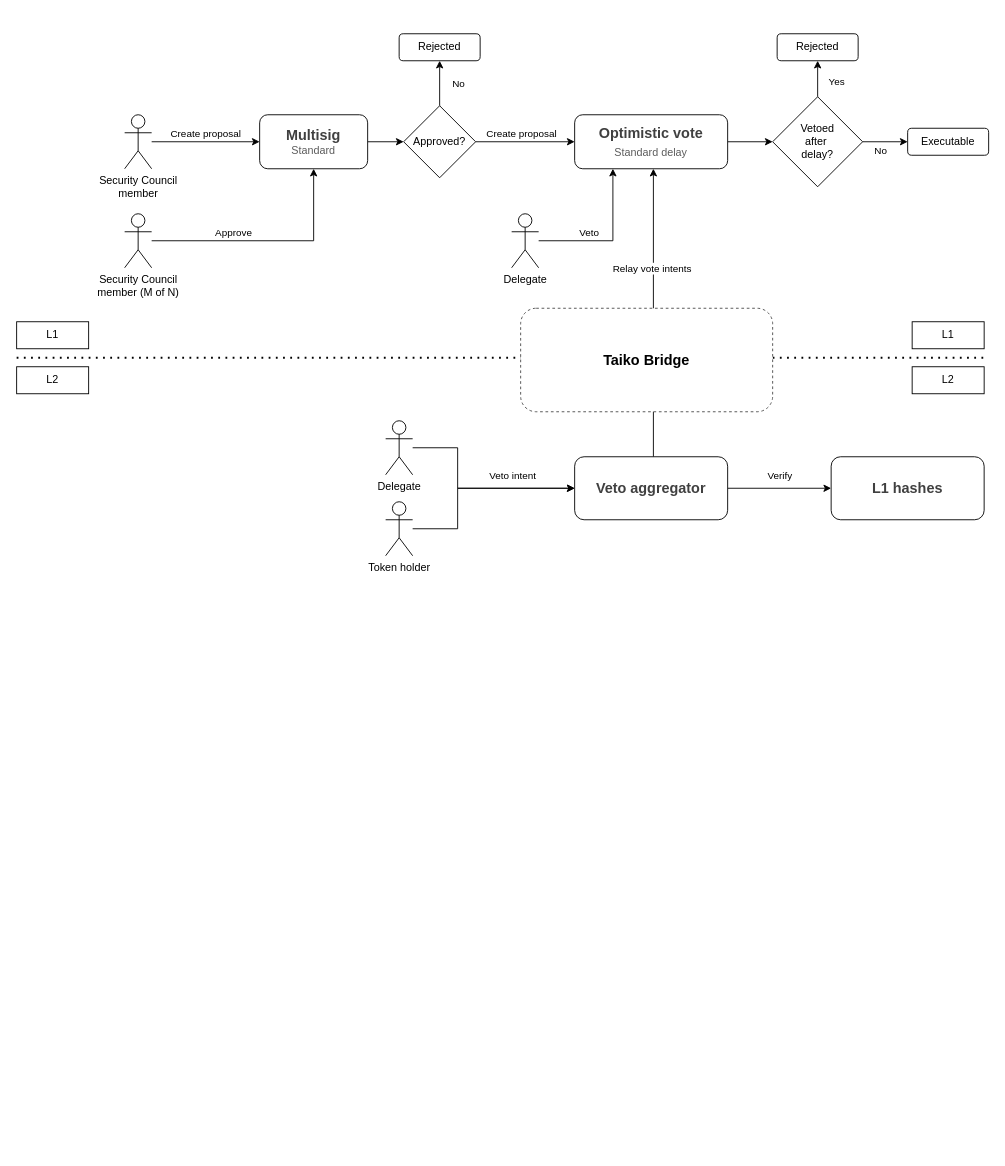
This is page "Standard proposal flow" (2 of 6) of dao-flows.drawio from aragon/taiko-contracts, a draw.io file, before an edit. Source tidied: cells renumbered, new cells numbered last; positions are measured from the earlier drawing's top-left corner, leaving out a move shared by most shapes. Both pictures are drawn from the tidied source at 90%, with x=0, y=0 at pixel (16, 33).
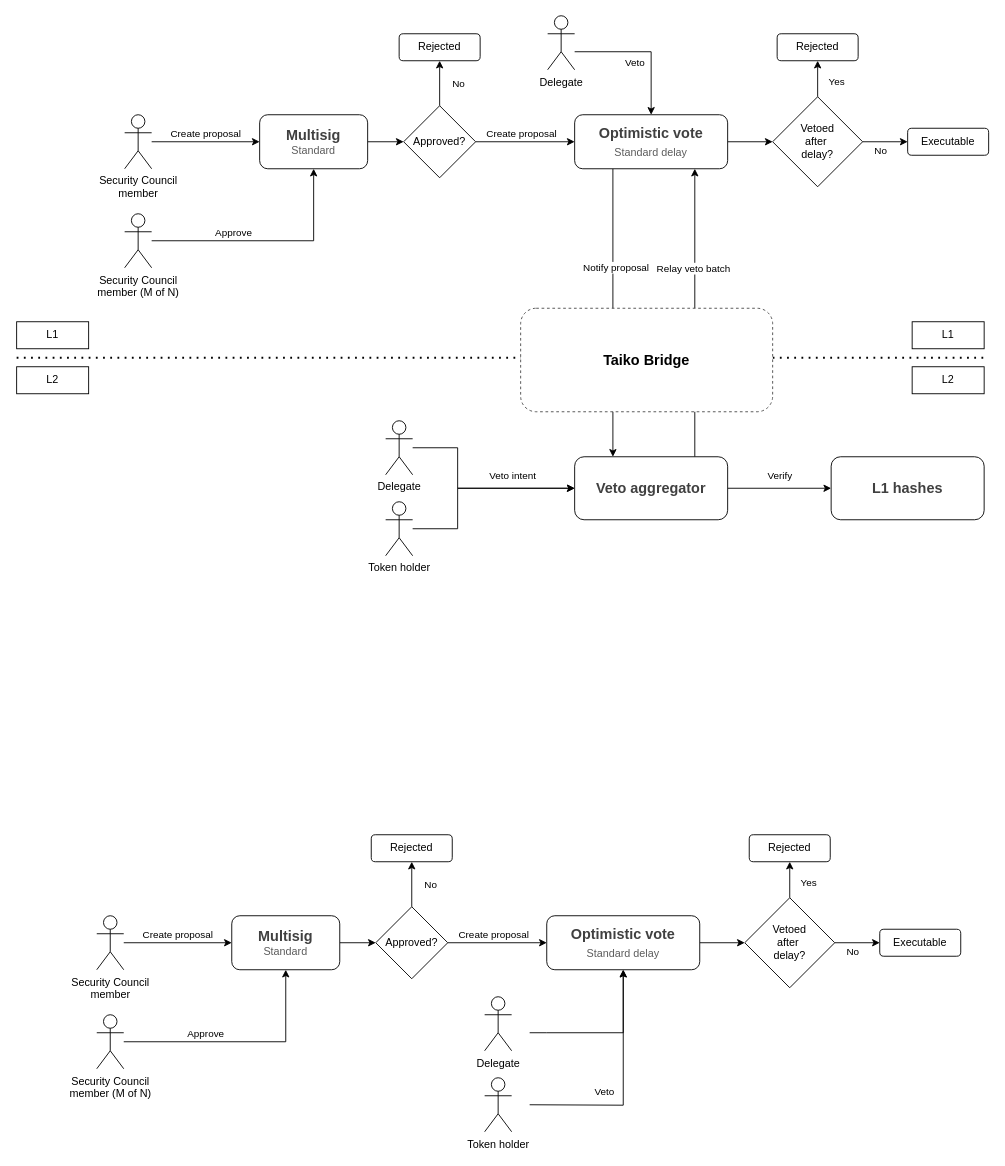
After the change.

The change refers to these unchanged cells:
```xml
<mxCell id="17" value="&lt;font size=&quot;1&quot; color=&quot;#404040&quot; style=&quot;&quot;&gt;&lt;b style=&quot;font-size: 16px;&quot;&gt;Optimistic vote&lt;br&gt;&lt;/b&gt;&lt;/font&gt;&lt;span style=&quot;color: rgb(92, 92, 92);&quot;&gt;Standard delay&lt;/span&gt;&lt;font size=&quot;1&quot; color=&quot;#404040&quot; style=&quot;&quot;&gt;&lt;b style=&quot;font-size: 16px;&quot;&gt;&lt;br&gt;&lt;/b&gt;&lt;/font&gt;" style="rounded=1;whiteSpace=wrap;html=1;" parent="1" vertex="1">
  <mxGeometry x="620" y="90" width="170" height="60" as="geometry" />
</mxCell>
<mxCell id="28" value="&lt;font size=&quot;1&quot; color=&quot;#404040&quot; style=&quot;&quot;&gt;&lt;b style=&quot;font-size: 16px;&quot;&gt;Veto aggregator&lt;/b&gt;&lt;/font&gt;" style="rounded=1;whiteSpace=wrap;html=1;" parent="1" vertex="1">
  <mxGeometry x="620" y="470" width="170" height="70" as="geometry" />
</mxCell>
```

The edit, as a diff of the source:
```diff
@@
+    <mxCell id="44" style="edgeStyle=orthogonalEdgeStyle;rounded=0;jettySize=auto;html=1;exitX=0.25;exitY=1;exitDx=0;exitDy=0;entryX=0.25;entryY=0;entryDx=0;entryDy=0;" parent="1" edge="1" source="17" target="28">
+      <mxGeometry relative="1" as="geometry" />
+    </mxCell>
+    <mxCell id="45" value="Notify proposal" style="edgeLabel;html=1;align=center;verticalAlign=middle;" parent="44" vertex="1">
+      <mxGeometry x="-0.28" y="3" relative="1" as="geometry">
+        <mxPoint y="-6" as="offset" />
+      </mxGeometry>
+    </mxCell>
@@
-    <mxCell id="21" style="edgeStyle=orthogonalEdgeStyle;rounded=0;jettySize=auto;html=1;entryX=0.25;entryY=1;entryDx=0;entryDy=0;" parent="1" edge="1" source="23" target="17">
-      <mxGeometry relative="1" as="geometry" />
+    <mxCell id="21" style="edgeStyle=orthogonalEdgeStyle;rounded=0;jettySize=auto;html=1;entryX=0.5;entryY=0;entryDx=0;entryDy=0;" parent="1" edge="1" source="23" target="17">
+      <mxGeometry relative="1" as="geometry">
+        <Array as="points">
+          <mxPoint x="705" y="20" />
+        </Array>
+      </mxGeometry>
     </mxCell>
-    <mxCell id="22" value="Veto" style="edgeLabel;html=1;align=center;verticalAlign=middle;" parent="21" vertex="1">
-      <mxGeometry x="-0.32" relative="1" as="geometry">
-        <mxPoint y="-10" as="offset" />
-      </mxGeometry>
-    </mxCell>
+    <mxCell id="46" value="Veto" style="edgeLabel;html=1;align=center;verticalAlign=middle;" parent="21" vertex="1">
+      <mxGeometry x="-0.15" y="1" relative="1" as="geometry">
+        <mxPoint y="12" as="offset" />
+      </mxGeometry>
+    </mxCell>
     <mxCell id="23" value="Delegate" style="shape=umlActor;verticalLabelPosition=bottom;verticalAlign=top;html=1;outlineConnect=0;" parent="1" vertex="1">
-      <mxGeometry x="550" y="200" width="30" height="60" as="geometry" />
+      <mxGeometry x="590" y="-20" width="30" height="60" as="geometry" />
     </mxCell>
     <mxCell id="24" style="edgeStyle=orthogonalEdgeStyle;rounded=0;orthogonalLoop=1;jettySize=auto;html=1;exitX=0.75;exitY=0;exitDx=0;exitDy=0;entryX=0.75;entryY=1;entryDx=0;entryDy=0;" parent="1" edge="1">
       <mxGeometry relative="1" as="geometry">
-        <mxPoint x="707.5" y="470" as="sourcePoint" />
-        <mxPoint x="707.5" y="150" as="targetPoint" />
+        <mxPoint x="753.5" y="470" as="sourcePoint" />
+        <mxPoint x="753.5" y="150" as="targetPoint" />
       </mxGeometry>
     </mxCell>
-    <mxCell id="25" value="Relay vote intents" style="edgeLabel;html=1;align=center;verticalAlign=middle;" parent="24" vertex="1">
+    <mxCell id="25" value="Relay veto batch" style="edgeLabel;html=1;align=center;verticalAlign=middle;" parent="24" vertex="1">
       <mxGeometry x="0.45" y="3" relative="1" as="geometry">
         <mxPoint x="1" y="22" as="offset" />
       </mxGeometry>
     </mxCell>
+    <mxCell id="47" style="edgeStyle=orthogonalEdgeStyle;rounded=0;jettySize=auto;html=1;exitX=0.5;exitY=0;exitDx=0;exitDy=0;entryX=0.5;entryY=1;entryDx=0;entryDy=0;" parent="24" edge="1" source="68" target="69">
+      <mxGeometry relative="1" as="geometry" />
+    </mxCell>
+    <mxCell id="48" value="Yes" style="edgeLabel;html=1;align=center;verticalAlign=middle;" parent="47" vertex="1">
+      <mxGeometry x="-0.07" y="2" relative="1" as="geometry">
+        <mxPoint x="22" y="1" as="offset" />
+      </mxGeometry>
+    </mxCell>
@@
+    <mxCell id="49" style="edgeStyle=orthogonalEdgeStyle;rounded=0;jettySize=auto;html=1;entryX=0;entryY=0.5;entryDx=0;entryDy=0;" parent="1" edge="1" source="51" target="53">
+      <mxGeometry relative="1" as="geometry" />
+    </mxCell>
+    <mxCell id="50" value="Create proposal" style="edgeLabel;html=1;align=center;verticalAlign=middle;" parent="49" vertex="1">
+      <mxGeometry x="-0.02" y="3" relative="1" as="geometry">
+        <mxPoint y="-7" as="offset" />
+      </mxGeometry>
+    </mxCell>
+    <mxCell id="51" value="Security Council&lt;div&gt;member&lt;/div&gt;" style="shape=umlActor;verticalLabelPosition=bottom;verticalAlign=top;html=1;outlineConnect=0;" parent="1" vertex="1">
+      <mxGeometry x="89" y="980" width="30" height="60" as="geometry" />
+    </mxCell>
+    <mxCell id="52" style="edgeStyle=orthogonalEdgeStyle;rounded=0;jettySize=auto;html=1;exitX=1;exitY=0.5;exitDx=0;exitDy=0;entryX=0;entryY=0.5;entryDx=0;entryDy=0;" parent="1" edge="1" source="53" target="61">
+      <mxGeometry relative="1" as="geometry" />
+    </mxCell>
+    <mxCell id="53" value="&lt;font size=&quot;1&quot; color=&quot;#404040&quot; style=&quot;&quot;&gt;&lt;b style=&quot;font-size: 16px;&quot;&gt;Multisig&lt;/b&gt;&lt;/font&gt;&lt;div&gt;&lt;font color=&quot;#5c5c5c&quot; style=&quot;font-size: 12px;&quot;&gt;Standard&lt;/font&gt;&lt;/div&gt;" style="rounded=1;whiteSpace=wrap;html=1;" parent="1" vertex="1">
+      <mxGeometry x="239" y="980" width="120" height="60" as="geometry" />
+    </mxCell>
+    <mxCell id="54" style="edgeStyle=orthogonalEdgeStyle;rounded=0;jettySize=auto;html=1;entryX=0.5;entryY=1;entryDx=0;entryDy=0;" parent="1" edge="1" source="56" target="53">
+      <mxGeometry relative="1" as="geometry" />
+    </mxCell>
+    <mxCell id="55" value="Approve" style="edgeLabel;html=1;align=center;verticalAlign=middle;" parent="54" vertex="1">
+      <mxGeometry x="-0.31" y="4" relative="1" as="geometry">
+        <mxPoint y="-6" as="offset" />
+      </mxGeometry>
+    </mxCell>
+    <mxCell id="56" value="Security Council&lt;div&gt;member (M of N)&lt;/div&gt;" style="shape=umlActor;verticalLabelPosition=bottom;verticalAlign=top;html=1;outlineConnect=0;" parent="1" vertex="1">
+      <mxGeometry x="89" y="1090" width="30" height="60" as="geometry" />
+    </mxCell>
+    <mxCell id="57" style="edgeStyle=orthogonalEdgeStyle;rounded=0;jettySize=auto;html=1;exitX=0.5;exitY=0;exitDx=0;exitDy=0;entryX=0.5;entryY=1;entryDx=0;entryDy=0;" parent="1" edge="1" source="61" target="62">
+      <mxGeometry relative="1" as="geometry" />
+    </mxCell>
+    <mxCell id="58" value="No" style="edgeLabel;html=1;align=center;verticalAlign=middle;" parent="57" vertex="1">
+      <mxGeometry x="0.02" y="-3" relative="1" as="geometry">
+        <mxPoint x="17" y="1" as="offset" />
+      </mxGeometry>
+    </mxCell>
+    <mxCell id="59" style="edgeStyle=orthogonalEdgeStyle;rounded=0;jettySize=auto;html=1;exitX=1;exitY=0.5;exitDx=0;exitDy=0;entryX=0;entryY=0.5;entryDx=0;entryDy=0;" parent="1" edge="1" source="61" target="64">
+      <mxGeometry relative="1" as="geometry" />
+    </mxCell>
+    <mxCell id="60" value="Create proposal" style="edgeLabel;html=1;align=center;verticalAlign=middle;" parent="59" vertex="1">
+      <mxGeometry x="-0.29" relative="1" as="geometry">
+        <mxPoint x="11" y="-10" as="offset" />
+      </mxGeometry>
+    </mxCell>
+    <mxCell id="61" value="Approved?" style="rhombus;whiteSpace=wrap;html=1;" parent="1" vertex="1">
+      <mxGeometry x="399" y="970" width="80" height="80" as="geometry" />
+    </mxCell>
+    <mxCell id="62" value="Rejected" style="rounded=1;whiteSpace=wrap;html=1;" parent="1" vertex="1">
+      <mxGeometry x="394" y="890" width="90" height="30" as="geometry" />
+    </mxCell>
+    <mxCell id="63" style="edgeStyle=orthogonalEdgeStyle;rounded=0;jettySize=auto;html=1;exitX=1;exitY=0.5;exitDx=0;exitDy=0;entryX=0;entryY=0.5;entryDx=0;entryDy=0;" parent="1" edge="1" source="64" target="68">
+      <mxGeometry relative="1" as="geometry" />
+    </mxCell>
+    <mxCell id="64" value="&lt;font size=&quot;1&quot; color=&quot;#404040&quot; style=&quot;&quot;&gt;&lt;b style=&quot;font-size: 16px;&quot;&gt;Optimistic vote&lt;br&gt;&lt;/b&gt;&lt;/font&gt;&lt;span style=&quot;color: rgb(92, 92, 92);&quot;&gt;Standard delay&lt;/span&gt;&lt;font size=&quot;1&quot; color=&quot;#404040&quot; style=&quot;&quot;&gt;&lt;b style=&quot;font-size: 16px;&quot;&gt;&lt;br&gt;&lt;/b&gt;&lt;/font&gt;" style="rounded=1;whiteSpace=wrap;html=1;" parent="1" vertex="1">
+      <mxGeometry x="589" y="980" width="170" height="60" as="geometry" />
+    </mxCell>
+    <mxCell id="65" style="edgeStyle=orthogonalEdgeStyle;rounded=0;jettySize=auto;html=1;entryX=0.5;entryY=1;entryDx=0;entryDy=0;" parent="1" edge="1" target="64">
+      <mxGeometry relative="1" as="geometry">
+        <mxPoint x="570" y="1110" as="sourcePoint" />
+        <Array as="points">
+          <mxPoint x="589" y="1110" />
+          <mxPoint x="674" y="1110" />
+        </Array>
+      </mxGeometry>
+    </mxCell>
+    <mxCell id="66" value="Veto" style="edgeLabel;html=1;align=center;verticalAlign=middle;" parent="65" vertex="1">
+      <mxGeometry x="-0.15" y="1" relative="1" as="geometry">
+        <mxPoint x="8" y="66" as="offset" />
+      </mxGeometry>
+    </mxCell>
+    <mxCell id="67" value="No" style="edgeStyle=orthogonalEdgeStyle;rounded=0;jettySize=auto;html=1;exitX=1;exitY=0.5;exitDx=0;exitDy=0;entryX=0;entryY=0.5;entryDx=0;entryDy=0;" parent="1" edge="1" source="68" target="70">
+      <mxGeometry x="-0.2" y="-10" relative="1" as="geometry" />
+    </mxCell>
+    <mxCell id="68" value="Vetoed&lt;div&gt;after&amp;nbsp;&lt;/div&gt;&lt;div&gt;delay?&lt;/div&gt;" style="rhombus;whiteSpace=wrap;html=1;" parent="1" vertex="1">
+      <mxGeometry x="809" y="960" width="100" height="100" as="geometry" />
+    </mxCell>
+    <mxCell id="69" value="Rejected" style="rounded=1;whiteSpace=wrap;html=1;" parent="1" vertex="1">
+      <mxGeometry x="814" y="890" width="90" height="30" as="geometry" />
+    </mxCell>
+    <mxCell id="70" value="Executable" style="rounded=1;whiteSpace=wrap;html=1;" parent="1" vertex="1">
+      <mxGeometry x="959" y="995" width="90" height="30" as="geometry" />
+    </mxCell>
+    <mxCell id="71" value="Delegate" style="shape=umlActor;verticalLabelPosition=bottom;verticalAlign=top;html=1;" parent="1" vertex="1">
+      <mxGeometry x="520" y="1070" width="30" height="60" as="geometry" />
+    </mxCell>
+    <mxCell id="72" style="edgeStyle=orthogonalEdgeStyle;rounded=0;jettySize=auto;html=1;entryX=0.5;entryY=1;entryDx=0;entryDy=0;" parent="1" edge="1" target="64">
+      <mxGeometry relative="1" as="geometry">
+        <mxPoint x="570" y="1190" as="sourcePoint" />
+      </mxGeometry>
+    </mxCell>
+    <mxCell id="73" value="Token holder" style="shape=umlActor;verticalLabelPosition=bottom;verticalAlign=top;html=1;" parent="1" vertex="1">
+      <mxGeometry x="520" y="1160" width="30" height="60" as="geometry" />
+    </mxCell>
```
